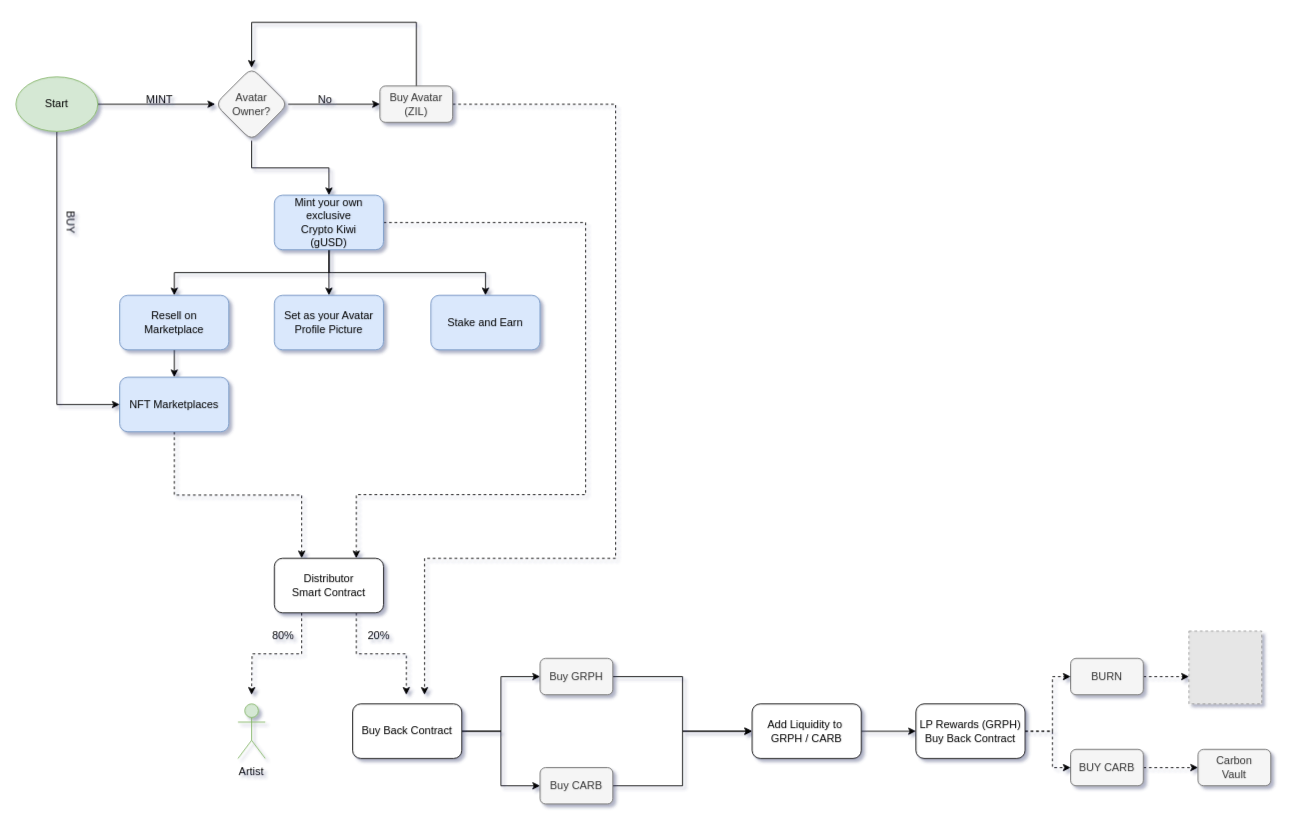
Before: CryptoKiwis.drawio in Carbon-Labs/Diagrams, a draw.io diagram. Source tidied: cells renumbered, new cells numbered last; positions are measured from the earlier drawing's top-left corner, leaving out a move shared by most shapes. Both pictures are drawn from the tidied source at 91%, with x=0, y=0 at pixel (15, 22). Pictures stored in the file or linked from it are replaced by grey dashed boxes.
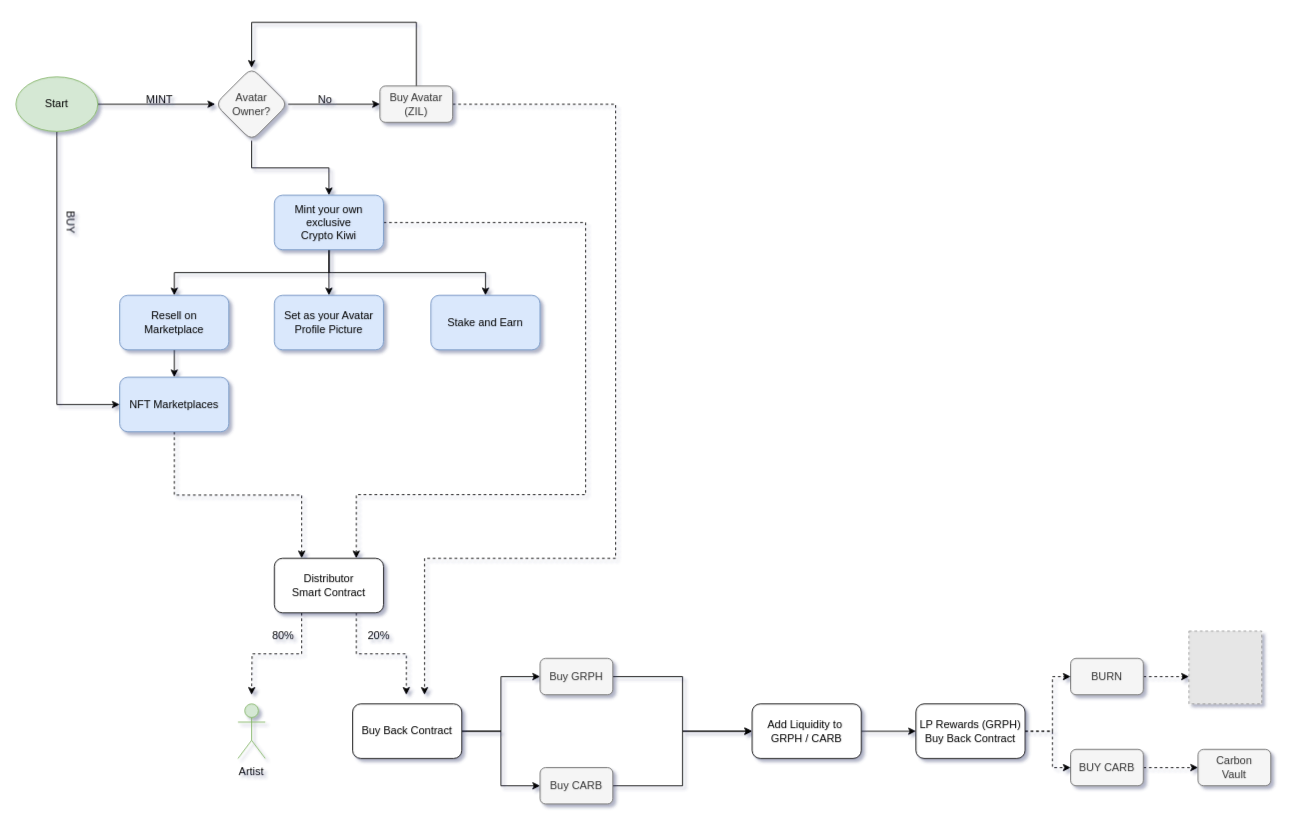
The same diagram, later.

The edit, as a diff of the source:
```diff
@@
-    <mxCell id="16" value="Mint your own exclusive&lt;br&gt;Crypto Kiwi&lt;br&gt;(gUSD)" style="rounded=1;whiteSpace=wrap;html=1;verticalAlign=middle;fillColor=#dae8fc;strokeColor=#6c8ebf;" parent="1" vertex="1">
+    <mxCell id="16" value="Mint your own exclusive&lt;br&gt;Crypto Kiwi" style="rounded=1;whiteSpace=wrap;html=1;verticalAlign=middle;fillColor=#dae8fc;strokeColor=#6c8ebf;" parent="1" vertex="1">
       <mxGeometry x="284" y="190" width="120" height="60" as="geometry" />
     </mxCell>
```
